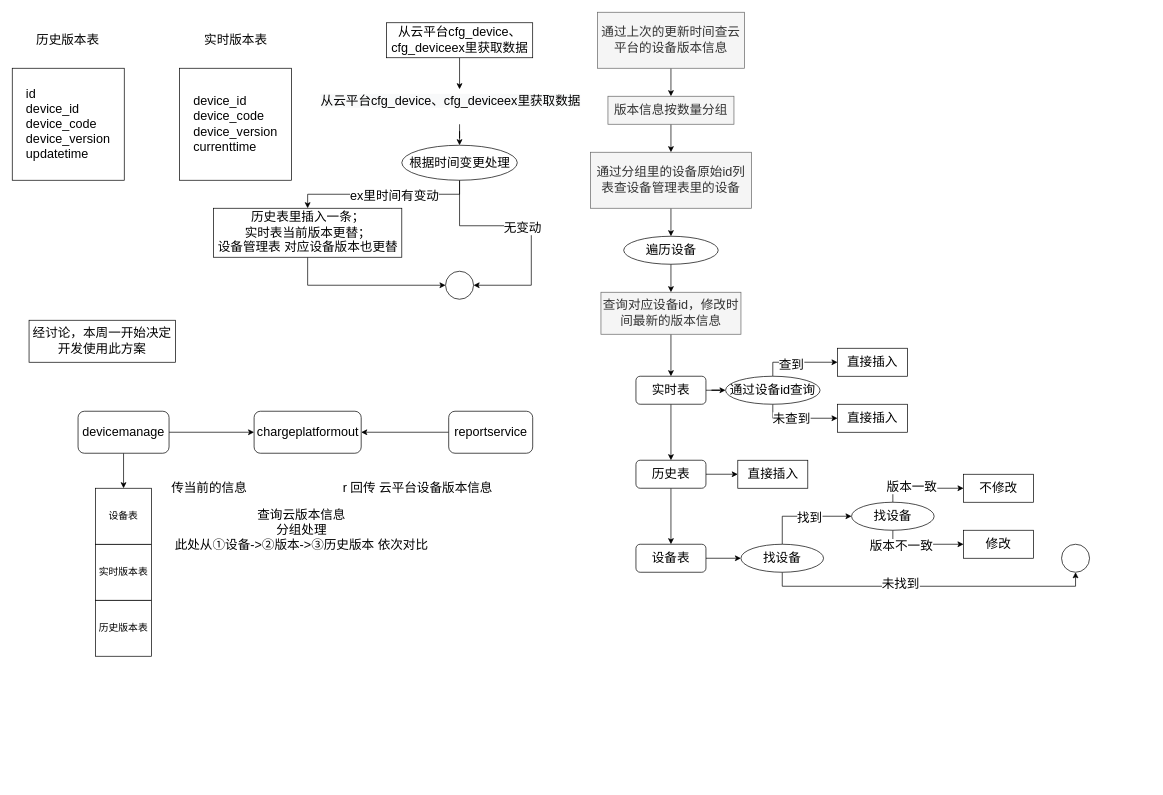
Earlier version of the draw.io diagram 2022.11/定时任务-保存版本.drawio (MxdGff/ImageStorge). Source tidied: cells renumbered, new cells numbered last; positions are measured from the earlier drawing's top-left corner, leaving out a move shared by most shapes. Both pictures are drawn from the tidied source at 70%, with x=0, y=0 at pixel (12, 12).
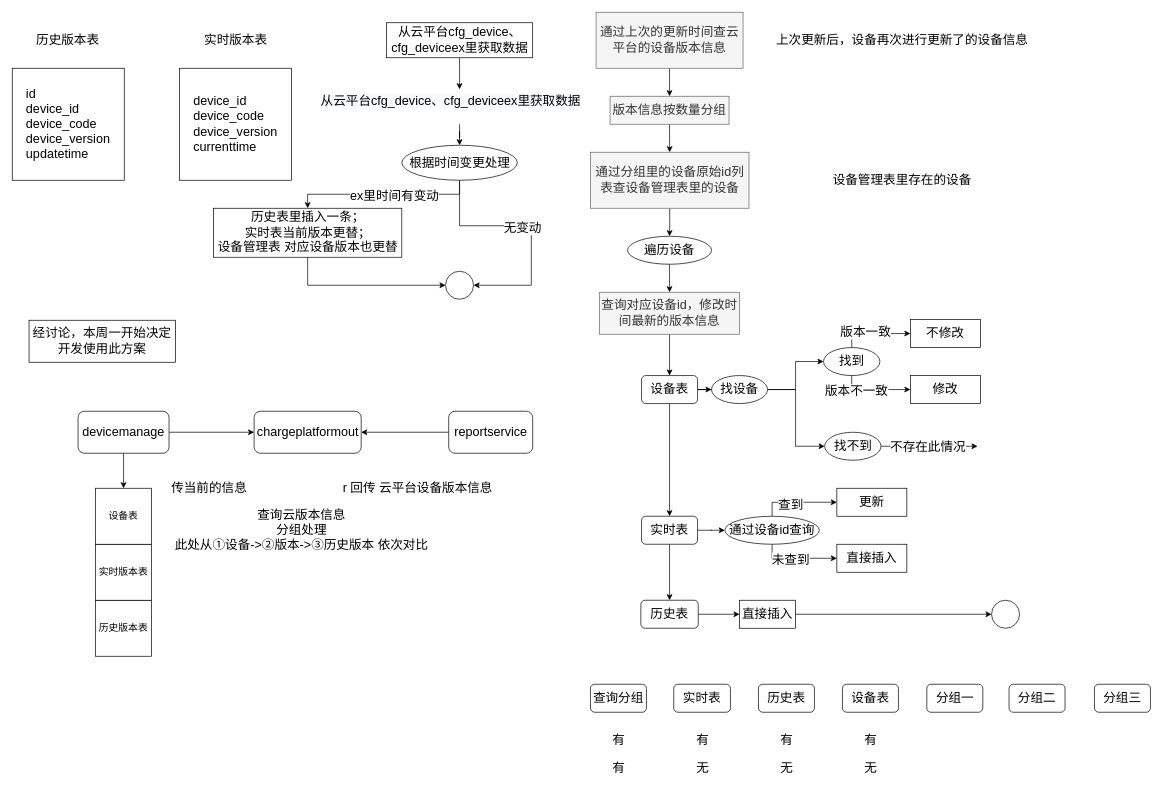
After the change.

Commit message (it also covers changes not shown here):
更新定时任务-保存版本.drawio

Diff of the diagram source:
```diff
@@
     <mxCell id="32" value="&lt;font style=&quot;font-size: 18px;&quot;&gt;通过上次的更新时间查云平台的设备版本信息&lt;/font&gt;" style="rounded=0;whiteSpace=wrap;html=1;fillColor=#f5f5f5;fontColor=#333333;strokeColor=#666666;" parent="1" vertex="1">
-      <mxGeometry x="836" width="210" height="80" as="geometry" />
+      <mxGeometry x="834" width="210" height="80" as="geometry" />
     </mxCell>
@@
     <mxCell id="34" value="&lt;font style=&quot;font-size: 18px;&quot;&gt;版本信息按数量分组&lt;/font&gt;" style="rounded=0;whiteSpace=wrap;html=1;fillColor=#f5f5f5;fontColor=#333333;strokeColor=#666666;" parent="1" vertex="1">
-      <mxGeometry x="851" y="120" width="180" height="40" as="geometry" />
+      <mxGeometry x="854" y="120" width="170" height="40" as="geometry" />
     </mxCell>
@@
     <mxCell id="36" value="&lt;font style=&quot;font-size: 18px;&quot;&gt;通过分组里的设备原始id列表查设备管理表里的设备&lt;/font&gt;" style="rounded=0;whiteSpace=wrap;html=1;fillColor=#f5f5f5;fontColor=#333333;strokeColor=#666666;" parent="1" vertex="1">
-      <mxGeometry x="826" y="200" width="230" height="80" as="geometry" />
+      <mxGeometry x="826" y="200" width="226.5" height="80" as="geometry" />
     </mxCell>
@@
     <mxCell id="38" value="&lt;font style=&quot;font-size: 18px;&quot;&gt;遍历设备&lt;/font&gt;" style="ellipse;whiteSpace=wrap;html=1;fontSize=18;" parent="1" vertex="1">
-      <mxGeometry x="873.5" y="320" width="135" height="40" as="geometry" />
+      <mxGeometry x="879" y="320" width="120" height="40" as="geometry" />
     </mxCell>
-    <mxCell id="39" style="edgeStyle=orthogonalEdgeStyle;rounded=0;jettySize=auto;html=1;exitX=0.5;exitY=1;exitDx=0;exitDy=0;entryX=0.5;entryY=0;entryDx=0;entryDy=0;fontSize=18;" parent="1" edge="1" source="40" target="43">
-      <mxGeometry relative="1" as="geometry" />
-    </mxCell>
+    <mxCell id="70" style="edgeStyle=orthogonalEdgeStyle;rounded=0;jettySize=auto;html=1;exitX=0.5;exitY=1;exitDx=0;exitDy=0;entryX=0.5;entryY=0;entryDx=0;entryDy=0;fontSize=18;" parent="1" edge="1" source="40" target="48">
+      <mxGeometry relative="1" as="geometry" />
+    </mxCell>
     <mxCell id="40" value="&lt;font style=&quot;font-size: 18px;&quot;&gt;查询对应设备id，修改时间最新的版本信息&lt;/font&gt;" style="rounded=0;whiteSpace=wrap;html=1;fillColor=#f5f5f5;fontColor=#333333;strokeColor=#666666;" parent="1" vertex="1">
-      <mxGeometry x="841" y="400" width="200" height="60" as="geometry" />
+      <mxGeometry x="839" y="400" width="200" height="60" as="geometry" />
     </mxCell>
@@
     <mxCell id="43" value="实时表" style="rounded=1;whiteSpace=wrap;html=1;fontSize=18;" parent="1" vertex="1">
-      <mxGeometry x="891" y="520" width="100" height="40" as="geometry" />
+      <mxGeometry x="899" y="720" width="80" height="40" as="geometry" />
     </mxCell>
-    <mxCell id="44" style="edgeStyle=orthogonalEdgeStyle;rounded=0;jettySize=auto;html=1;exitX=0.5;exitY=1;exitDx=0;exitDy=0;entryX=0.5;entryY=0;entryDx=0;entryDy=0;fontSize=18;" parent="1" edge="1" source="46" target="48">
-      <mxGeometry relative="1" as="geometry" />
-    </mxCell>
@@
+    <mxCell id="71" style="edgeStyle=orthogonalEdgeStyle;rounded=0;jettySize=auto;html=1;exitX=1;exitY=0.5;exitDx=0;exitDy=0;entryX=0;entryY=0.5;entryDx=0;entryDy=0;fontSize=18;" parent="1" edge="1" source="54" target="67">
+      <mxGeometry relative="1" as="geometry" />
+    </mxCell>
     <mxCell id="46" value="历史表" style="rounded=1;whiteSpace=wrap;html=1;fontSize=18;" parent="1" vertex="1">
-      <mxGeometry x="891" y="640" width="100" height="40" as="geometry" />
+      <mxGeometry x="898" y="840" width="82" height="40" as="geometry" />
     </mxCell>
+    <mxCell id="72" style="edgeStyle=orthogonalEdgeStyle;rounded=0;jettySize=auto;html=1;exitX=0.5;exitY=1;exitDx=0;exitDy=0;entryX=0.5;entryY=0;entryDx=0;entryDy=0;fontSize=18;" parent="1" edge="1" source="48" target="43">
+      <mxGeometry relative="1" as="geometry" />
+    </mxCell>
@@
     <mxCell id="48" value="设备表" style="rounded=1;whiteSpace=wrap;html=1;fontSize=18;" parent="1" vertex="1">
-      <mxGeometry x="891" y="760" width="100" height="40" as="geometry" />
+      <mxGeometry x="899" y="519" width="80" height="40" as="geometry" />
     </mxCell>
@@
     <mxCell id="53" value="&lt;font style=&quot;font-size: 18px;&quot;&gt;通过设备id查询&lt;/font&gt;" style="ellipse;whiteSpace=wrap;html=1;fontSize=18;" parent="1" vertex="1">
-      <mxGeometry x="1019" y="520" width="135" height="40" as="geometry" />
+      <mxGeometry x="1018" y="720" width="135" height="40" as="geometry" />
     </mxCell>
     <mxCell id="54" value="&lt;font style=&quot;font-size: 18px;&quot;&gt;直接插入&lt;/font&gt;" style="rounded=0;whiteSpace=wrap;html=1;" parent="1" vertex="1">
-      <mxGeometry x="1036.5" y="640" width="100" height="40" as="geometry" />
+      <mxGeometry x="1039" y="840" width="80" height="40" as="geometry" />
     </mxCell>
     <mxCell id="55" value="&lt;font style=&quot;font-size: 18px;&quot;&gt;直接插入&lt;/font&gt;" style="rounded=0;whiteSpace=wrap;html=1;" parent="1" vertex="1">
-      <mxGeometry x="1179" y="560" width="100" height="40" as="geometry" />
+      <mxGeometry x="1178" y="760" width="100" height="40" as="geometry" />
     </mxCell>
-    <mxCell id="56" value="&lt;font style=&quot;font-size: 18px;&quot;&gt;直接插入&lt;/font&gt;" style="rounded=0;whiteSpace=wrap;html=1;" parent="1" vertex="1">
-      <mxGeometry x="1179" y="480" width="100" height="40" as="geometry" />
+    <mxCell id="56" value="&lt;span style=&quot;font-size: 18px;&quot;&gt;更新&lt;/span&gt;" style="rounded=0;whiteSpace=wrap;html=1;" parent="1" vertex="1">
+      <mxGeometry x="1178" y="680" width="100" height="40" as="geometry" />
     </mxCell>
-    <mxCell id="57" style="edgeStyle=orthogonalEdgeStyle;rounded=0;jettySize=auto;html=1;exitX=0.5;exitY=1;exitDx=0;exitDy=0;entryX=0.5;entryY=1;entryDx=0;entryDy=0;fontSize=18;" parent="1" edge="1" source="61" target="67">
-      <mxGeometry relative="1" as="geometry" />
-    </mxCell>
-    <mxCell id="58" value="未找到" style="edgeLabel;html=1;align=center;verticalAlign=middle;fontSize=18;" parent="57" vertex="1">
-      <mxGeometry x="-0.18" y="4" relative="1" as="geometry" />
-    </mxCell>
-    <mxCell id="59" style="edgeStyle=orthogonalEdgeStyle;rounded=0;jettySize=auto;html=1;exitX=0.5;exitY=0;exitDx=0;exitDy=0;entryX=0;entryY=0.5;entryDx=0;entryDy=0;fontSize=18;" parent="1" edge="1" source="61" target="66">
-      <mxGeometry relative="1" as="geometry" />
-    </mxCell>
-    <mxCell id="60" value="找到" style="edgeLabel;html=1;align=center;verticalAlign=middle;fontSize=18;" parent="59" vertex="1">
-      <mxGeometry x="0.12" y="-2" relative="1" as="geometry" />
-    </mxCell>
-    <mxCell id="61" value="&lt;font style=&quot;font-size: 18px;&quot;&gt;找设备&lt;/font&gt;" style="ellipse;whiteSpace=wrap;html=1;fontSize=18;" parent="1" vertex="1">
-      <mxGeometry x="1041" y="760" width="118" height="40" as="geometry" />
-    </mxCell>
@@
-    <mxCell id="66" value="&lt;font style=&quot;font-size: 18px;&quot;&gt;找设备&lt;/font&gt;" style="ellipse;whiteSpace=wrap;html=1;fontSize=18;" parent="1" vertex="1">
-      <mxGeometry x="1199" y="700" width="118" height="40" as="geometry" />
+    <mxCell id="66" value="找到" style="ellipse;whiteSpace=wrap;html=1;fontSize=18;" parent="1" vertex="1">
+      <mxGeometry x="1159" y="479" width="80.5" height="40" as="geometry" />
     </mxCell>
     <mxCell id="67" style="ellipse;whiteSpace=wrap;html=1;fontSize=18;" parent="1" vertex="1">
-      <mxGeometry x="1499" y="760" width="40" height="40" as="geometry" />
+      <mxGeometry x="1399" y="840" width="40" height="40" as="geometry" />
     </mxCell>
     <mxCell id="68" value="&lt;font style=&quot;font-size: 18px;&quot;&gt;不修改&lt;/font&gt;" style="rounded=0;whiteSpace=wrap;html=1;" parent="1" vertex="1">
-      <mxGeometry x="1359" y="660" width="100" height="40" as="geometry" />
+      <mxGeometry x="1283" y="439" width="100" height="40" as="geometry" />
     </mxCell>
     <mxCell id="69" value="&lt;span style=&quot;font-size: 18px;&quot;&gt;修改&lt;/span&gt;" style="rounded=0;whiteSpace=wrap;html=1;" parent="1" vertex="1">
-      <mxGeometry x="1359" y="740" width="100" height="40" as="geometry" />
+      <mxGeometry x="1283" y="519" width="100" height="40" as="geometry" />
     </mxCell>
+    <mxCell id="73" value="查询分组" style="rounded=1;whiteSpace=wrap;html=1;fontSize=18;" parent="1" vertex="1">
+      <mxGeometry x="826" y="960" width="80" height="40" as="geometry" />
+    </mxCell>
+    <mxCell id="74" value="历史表" style="rounded=1;whiteSpace=wrap;html=1;fontSize=18;" parent="1" vertex="1">
+      <mxGeometry x="1066" y="960" width="80" height="40" as="geometry" />
+    </mxCell>
+    <mxCell id="75" value="实时表" style="rounded=1;whiteSpace=wrap;html=1;fontSize=18;" parent="1" vertex="1">
+      <mxGeometry x="945" y="960" width="81" height="40" as="geometry" />
+    </mxCell>
+    <mxCell id="76" value="设备表" style="rounded=1;whiteSpace=wrap;html=1;fontSize=18;" parent="1" vertex="1">
+      <mxGeometry x="1186" y="960" width="80" height="40" as="geometry" />
+    </mxCell>
+    <mxCell id="77" value="有" style="text;html=1;align=center;verticalAlign=middle;strokeColor=none;fillColor=none;fontSize=18;" parent="1" vertex="1">
+      <mxGeometry x="1206" y="1020" width="40" height="40" as="geometry" />
+    </mxCell>
+    <mxCell id="78" value="有" style="text;html=1;align=center;verticalAlign=middle;strokeColor=none;fillColor=none;fontSize=18;" parent="1" vertex="1">
+      <mxGeometry x="846" y="1020" width="40" height="40" as="geometry" />
+    </mxCell>
+    <mxCell id="79" value="有" style="text;html=1;align=center;verticalAlign=middle;strokeColor=none;fillColor=none;fontSize=18;" parent="1" vertex="1">
+      <mxGeometry x="965.5" y="1020" width="40" height="40" as="geometry" />
+    </mxCell>
+    <mxCell id="80" value="有" style="text;html=1;align=center;verticalAlign=middle;strokeColor=none;fillColor=none;fontSize=18;" parent="1" vertex="1">
+      <mxGeometry x="1086" y="1020" width="40" height="40" as="geometry" />
+    </mxCell>
+    <mxCell id="81" value="有" style="text;html=1;align=center;verticalAlign=middle;strokeColor=none;fillColor=none;fontSize=18;" parent="1" vertex="1">
+      <mxGeometry x="846" y="1060" width="40" height="40" as="geometry" />
+    </mxCell>
+    <mxCell id="82" value="无" style="text;html=1;align=center;verticalAlign=middle;strokeColor=none;fillColor=none;fontSize=18;" parent="1" vertex="1">
+      <mxGeometry x="1086" y="1060" width="40" height="40" as="geometry" />
+    </mxCell>
+    <mxCell id="83" value="无" style="text;html=1;align=center;verticalAlign=middle;strokeColor=none;fillColor=none;fontSize=18;" parent="1" vertex="1">
+      <mxGeometry x="965.5" y="1060" width="40" height="40" as="geometry" />
+    </mxCell>
+    <mxCell id="84" value="无" style="text;html=1;align=center;verticalAlign=middle;strokeColor=none;fillColor=none;fontSize=18;" parent="1" vertex="1">
+      <mxGeometry x="1206" y="1060" width="40" height="40" as="geometry" />
+    </mxCell>
+    <mxCell id="85" value="分组一" style="rounded=1;whiteSpace=wrap;html=1;fontSize=18;" parent="1" vertex="1">
+      <mxGeometry x="1306.5" y="960" width="80" height="40" as="geometry" />
+    </mxCell>
+    <mxCell id="86" value="分组二" style="rounded=1;whiteSpace=wrap;html=1;fontSize=18;" parent="1" vertex="1">
+      <mxGeometry x="1424" y="960" width="80" height="40" as="geometry" />
+    </mxCell>
+    <mxCell id="87" value="分组三" style="rounded=1;whiteSpace=wrap;html=1;fontSize=18;" parent="1" vertex="1">
+      <mxGeometry x="1546" y="960" width="80" height="40" as="geometry" />
+    </mxCell>
+    <mxCell id="88" value="设备管理表里存在的设备" style="text;html=1;align=center;verticalAlign=middle;strokeColor=none;fillColor=none;fontSize=18;" parent="1" vertex="1">
+      <mxGeometry x="1160.6" y="220" width="220" height="40" as="geometry" />
+    </mxCell>
+    <mxCell id="89" value="上次更新后，设备再次进行更新了的设备信息" style="text;html=1;align=center;verticalAlign=middle;strokeColor=none;fillColor=none;fontSize=18;" parent="1" vertex="1">
+      <mxGeometry x="1080.6" y="20" width="380" height="40" as="geometry" />
+    </mxCell>
+    <mxCell id="59" style="edgeStyle=orthogonalEdgeStyle;rounded=0;jettySize=auto;html=1;exitX=1;exitY=0.5;exitDx=0;exitDy=0;entryX=0;entryY=0.5;entryDx=0;entryDy=0;fontSize=18;" parent="1" edge="1" source="61" target="66">
+      <mxGeometry relative="1" as="geometry" />
+    </mxCell>
+    <mxCell id="90" style="edgeStyle=orthogonalEdgeStyle;rounded=0;orthogonalLoop=1;jettySize=auto;html=1;exitX=1;exitY=0.5;exitDx=0;exitDy=0;fontSize=18;entryX=0;entryY=0.5;entryDx=0;entryDy=0;" parent="1" edge="1">
+      <mxGeometry relative="1" as="geometry">
+        <mxPoint x="1079" y="539" as="sourcePoint" />
+        <mxPoint x="1160.6" y="620" as="targetPoint" />
+        <Array as="points">
+          <mxPoint x="1119" y="539" />
+          <mxPoint x="1119" y="620" />
+        </Array>
+      </mxGeometry>
+    </mxCell>
+    <mxCell id="61" value="&lt;font style=&quot;font-size: 18px;&quot;&gt;找设备&lt;/font&gt;" style="ellipse;whiteSpace=wrap;html=1;fontSize=18;" parent="1" vertex="1">
+      <mxGeometry x="999" y="519" width="80" height="40" as="geometry" />
+    </mxCell>
+    <mxCell id="91" style="edgeStyle=orthogonalEdgeStyle;rounded=0;jettySize=auto;html=1;exitX=1;exitY=0.5;exitDx=0;exitDy=0;fontSize=18;" parent="1" edge="1" source="93">
+      <mxGeometry relative="1" as="geometry">
+        <mxPoint x="1379" y="620" as="targetPoint" />
+      </mxGeometry>
+    </mxCell>
+    <mxCell id="92" value="不存在此情况" style="edgeLabel;html=1;align=center;verticalAlign=middle;fontSize=18;" parent="91" vertex="1">
+      <mxGeometry x="-0.24" y="-2" relative="1" as="geometry">
+        <mxPoint x="13" y="-2" as="offset" />
+      </mxGeometry>
+    </mxCell>
+    <mxCell id="93" value="找不到" style="ellipse;whiteSpace=wrap;html=1;fontSize=18;" parent="1" vertex="1">
+      <mxGeometry x="1160.6" y="600" width="80.5" height="40" as="geometry" />
+    </mxCell>
```
